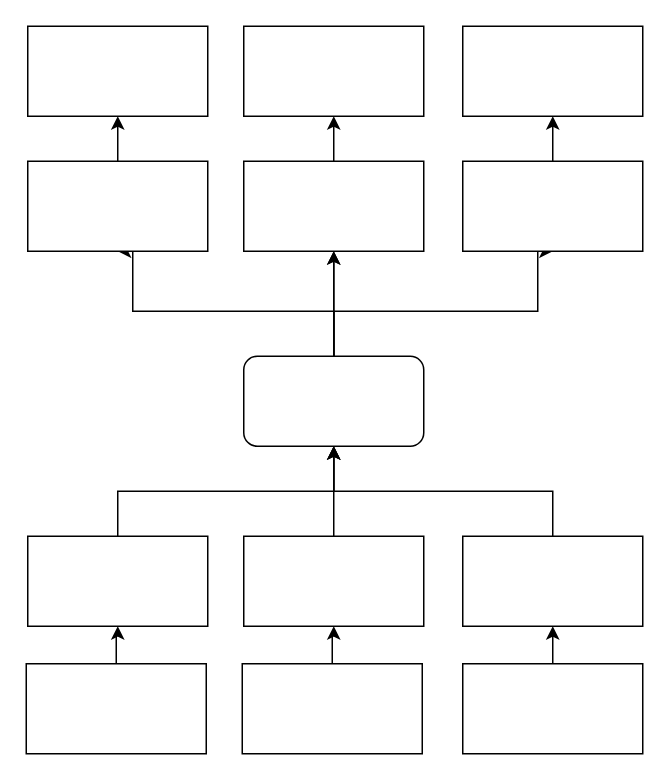
Before: Unavngivet diagram.drawio in Voidrunner42/Storage, a draw.io diagram. Source tidied: cells renumbered, new cells numbered last; positions are measured from the earlier drawing's top-left corner, leaving out a move shared by most shapes. Both pictures are drawn from the tidied source at 150%, with x=0, y=0 at pixel (26, 26).
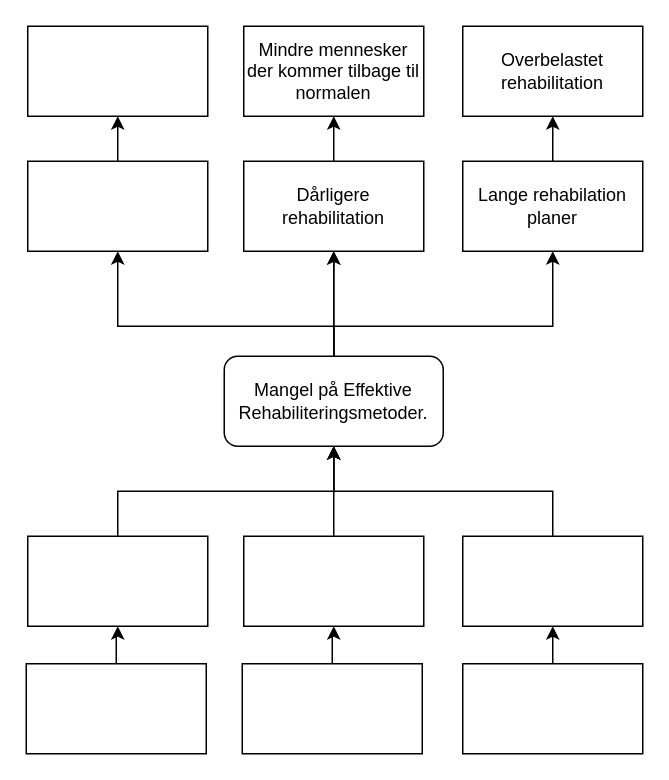
The same page after the edit.

The change refers to these unchanged cells:
```xml
<mxCell id="8" style="rounded=0;whiteSpace=wrap;html=1;" parent="1" vertex="1">
  <mxGeometry x="1" y="90" width="120" height="60" as="geometry" />
</mxCell>
```

What changed in the source:
```diff
@@
-    <mxCell id="2" style="edgeStyle=orthogonalEdgeStyle;rounded=0;jettySize=auto;html=1;entryX=0.5;entryY=1;entryDx=0;entryDy=0;" parent="1" edge="1" source="6" target="8">
-      <mxGeometry relative="1" as="geometry">
-        <Array as="points">
-          <mxPoint x="205" y="190" />
-          <mxPoint x="71" y="190" />
-        </Array>
-      </mxGeometry>
-    </mxCell>
@@
+    <mxCell id="2" style="edgeStyle=orthogonalEdgeStyle;rounded=0;jettySize=auto;html=1;entryX=0.5;entryY=1;entryDx=0;entryDy=0;" parent="1" edge="1" source="6" target="8">
+      <mxGeometry relative="1" as="geometry">
+        <Array as="points">
+          <mxPoint x="205" y="200" />
+          <mxPoint x="61" y="200" />
+        </Array>
+      </mxGeometry>
+    </mxCell>
-    <mxCell id="5" style="edgeStyle=orthogonalEdgeStyle;rounded=0;jettySize=auto;html=1;entryX=0.5;entryY=1;entryDx=0;entryDy=0;" parent="1" edge="1" source="6" target="12">
+    <mxCell id="5" style="edgeStyle=orthogonalEdgeStyle;rounded=0;jettySize=auto;html=1;" parent="1" edge="1" source="6" target="12">
       <mxGeometry relative="1" as="geometry">
         <Array as="points">
-          <mxPoint x="205" y="190" />
-          <mxPoint x="341" y="190" />
+          <mxPoint x="205" y="200" />
+          <mxPoint x="351" y="200" />
         </Array>
       </mxGeometry>
     </mxCell>
-    <mxCell id="6" style="rounded=1;whiteSpace=wrap;html=1;" parent="1" vertex="1">
-      <mxGeometry x="145" y="220" width="120" height="60" as="geometry" />
+    <mxCell id="6" value="Mangel på Effektive Rehabiliteringsmetoder." style="rounded=1;whiteSpace=wrap;html=1;" parent="1" vertex="1">
+      <mxGeometry x="132" y="220" width="146" height="60" as="geometry" />
     </mxCell>
@@
-    <mxCell id="10" style="rounded=0;whiteSpace=wrap;html=1;" parent="1" vertex="1">
+    <mxCell id="10" value="Dårligere rehabilitation" style="rounded=0;whiteSpace=wrap;html=1;" parent="1" vertex="1">
       <mxGeometry x="145" y="90" width="120" height="60" as="geometry" />
     </mxCell>
@@
-    <mxCell id="12" style="rounded=0;whiteSpace=wrap;html=1;" parent="1" vertex="1">
+    <mxCell id="12" value="Lange rehabilation planer" style="rounded=0;whiteSpace=wrap;html=1;" parent="1" vertex="1">
       <mxGeometry x="291" y="90" width="120" height="60" as="geometry" />
     </mxCell>
-    <mxCell id="13" style="rounded=0;whiteSpace=wrap;html=1;" parent="1" vertex="1">
+    <mxCell id="13" value="Mindre mennesker der kommer tilbage til normalen" style="rounded=0;whiteSpace=wrap;html=1;" parent="1" vertex="1">
       <mxGeometry x="145" width="120" height="60" as="geometry" />
     </mxCell>
@@
-    <mxCell id="15" style="rounded=0;whiteSpace=wrap;html=1;" parent="1" vertex="1">
+    <mxCell id="15" value="Overbelastet rehabilitation" style="rounded=0;whiteSpace=wrap;html=1;" parent="1" vertex="1">
       <mxGeometry x="291" width="120" height="60" as="geometry" />
     </mxCell>
```
